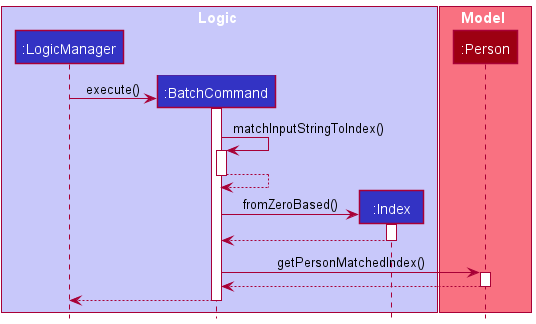
The PlantUML diagram docs/images/BatchCommandInputToIndexSequenceDiagram.png in nus-cs2103-AY2122S2/tp, before a commit.
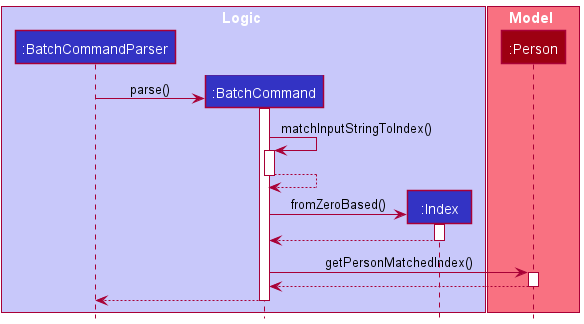
The same file after the commit.

Commit message:
Update DG and relevant diagram

Diff of the diagram source:
```diff
@@ -3,7 +3,7 @@
 
 box Logic LOGIC_COLOR_T1
 
-participant ":LogicManager" as LogicManager LOGIC_COLOR
+participant ":BatchCommandParser" as BatchCommandParser LOGIC_COLOR
 participant ":BatchCommand"  as BatchCommand LOGIC_COLOR
 participant ":Index"  as Index LOGIC_COLOR
 
@@ -14,7 +14,7 @@
 box end
 
 create BatchCommand
-LogicManager -> BatchCommand : execute()
+BatchCommandParser -> BatchCommand : parse()
 activate BatchCommand
 
 BatchCommand -> BatchCommand : matchInputStringToIndex()
```
